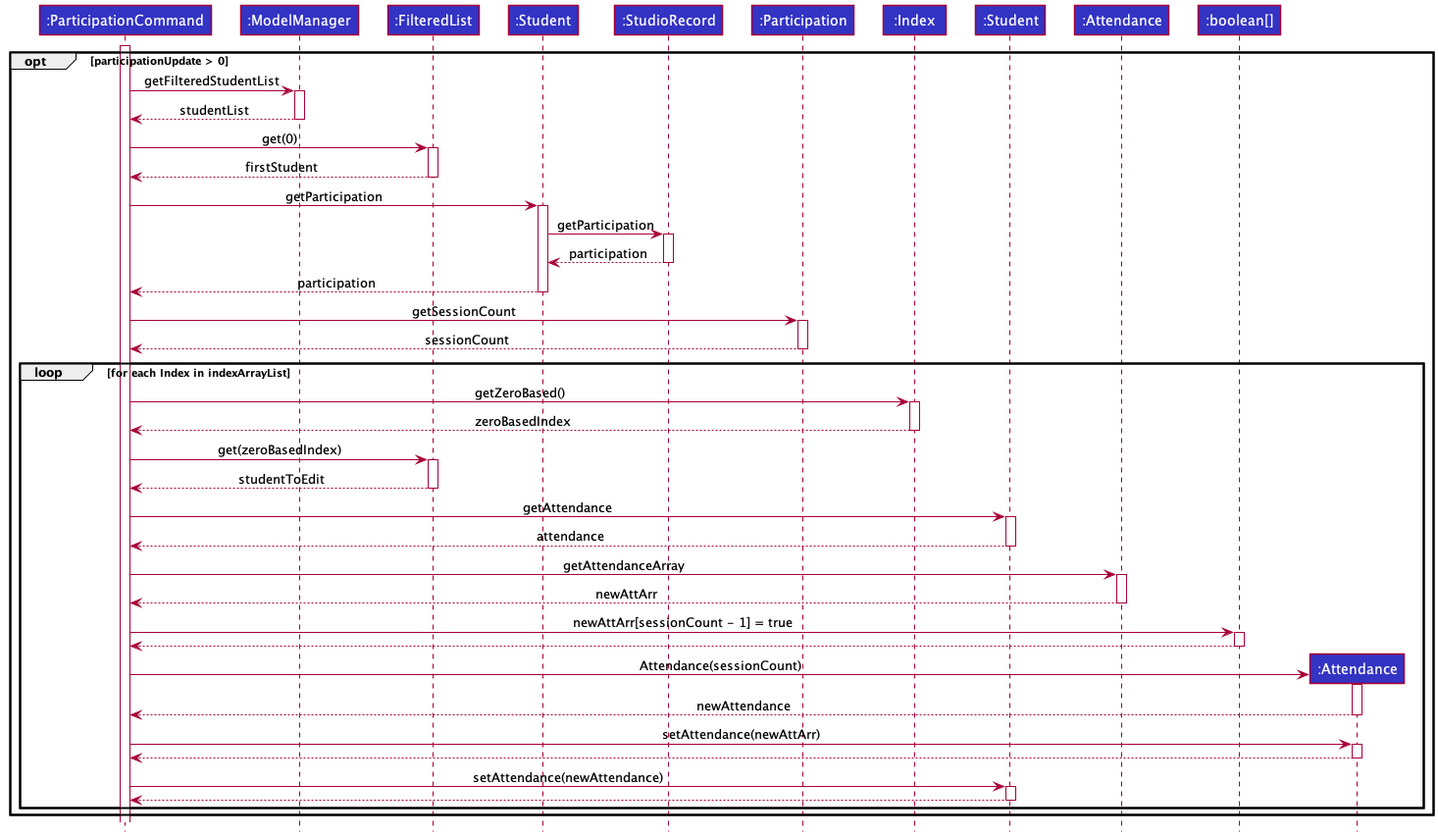
Before: docs/images/logic/commands/participationcommand/ParticipationCommandMarkAttendanceSequenceDiagram.png, a diagram exported from PlantUML (nus-cs2103-AY2122S1/tp).
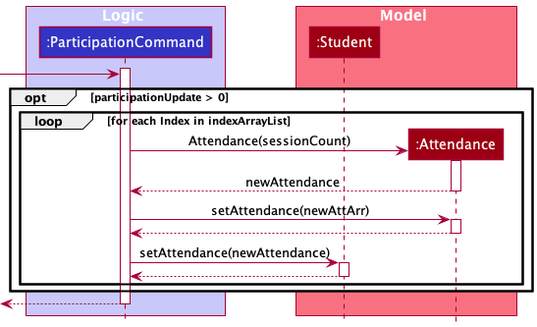
The same file after the commit.

Commit message:
Update Sequence Diagrams for both Attendance and Participation

Change to the diagram source:
```diff
@@ -1,46 +1,20 @@
 @startuml
 !include ../../../style.puml
 
+box Logic LOGIC_COLOR_T1
 Participant ":ParticipationCommand" as pc LOGIC_COLOR
-Participant ":ModelManager" as mm LOGIC_COLOR
-Participant ":FilteredList" as fl LOGIC_COLOR
-Participant ":Student" as st LOGIC_COLOR
-Participant ":StudioRecord" as sr LOGIC_COLOR
-Participant ":Participation" as p LOGIC_COLOR
-Participant ":Index" as i LOGIC_COLOR
-Participant ":Student" as ste LOGIC_COLOR
-Participant ":Attendance" as att LOGIC_COLOR
-Participant ":boolean[]" as bla LOGIC_COLOR
-Participant ":Attendance" as natt LOGIC_COLOR
+end box
+
+box Model MODEL_COLOR_T1
+Participant ":Student" as ste MODEL_COLOR
+Participant ":Attendance" as natt MODEL_COLOR
+end box
 
 activate pc
+-> pc
 opt  participationUpdate > 0
-pc -> mm ++ : getFilteredStudentList
-mm --> pc -- : studentList
-pc -> fl ++ : get(0)
-fl --> pc -- : firstStudent
-pc -> st ++ : getParticipation
-st -> sr ++ : getParticipation
-sr --> st -- : participation
-st --> pc -- : participation
-pc -> p ++ : getSessionCount
-p --> pc -- : sessionCount
 
 loop for each Index in indexArrayList
-pc -> i ++ : getZeroBased()
-i --> pc -- : zeroBasedIndex
-
-pc -> fl ++ : get(zeroBasedIndex)
-fl --> pc -- : studentToEdit
-
-pc -> ste ++ : getAttendance
-ste --> pc -- : attendance
-
-pc -> att ++ : getAttendanceArray
-att --> pc -- : newAttArr
-
-pc -> bla ++ : newAttArr[sessionCount - 1] = true
-bla --> pc --
 
 create natt
 pc -> natt ++ : Attendance(sessionCount)
@@ -52,8 +26,8 @@
 pc -> ste ++ : setAttendance(newAttendance)
 ste --> pc --
 end
-
-
 end
 
+<-- pc--
+
 @enduml
```
